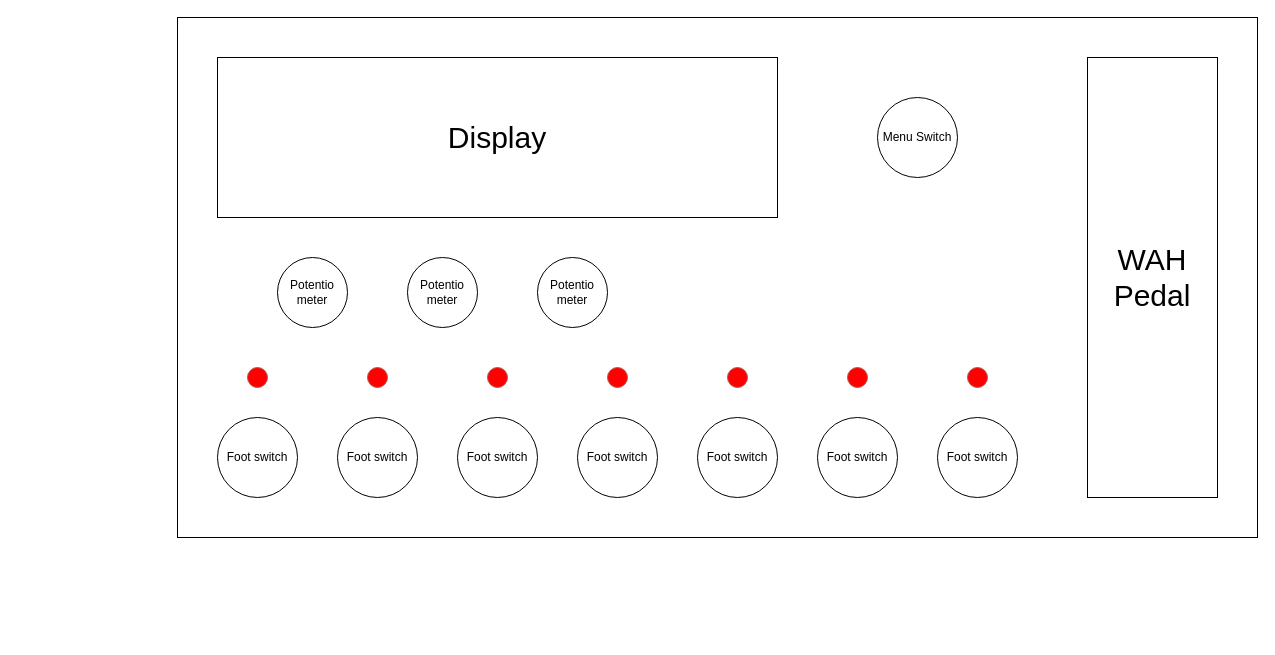
This is gitfigures/system_design/analog_frontend/pedalboard.drawio from Niclasapdk/esd6_project, a draw.io file, before an edit. Source tidied: cells renumbered, new cells numbered last; positions are measured from the earlier drawing's top-left corner, leaving out a move shared by most shapes. Both pictures are drawn from the tidied source at 100%, with x=0, y=0 at pixel (177, 17).
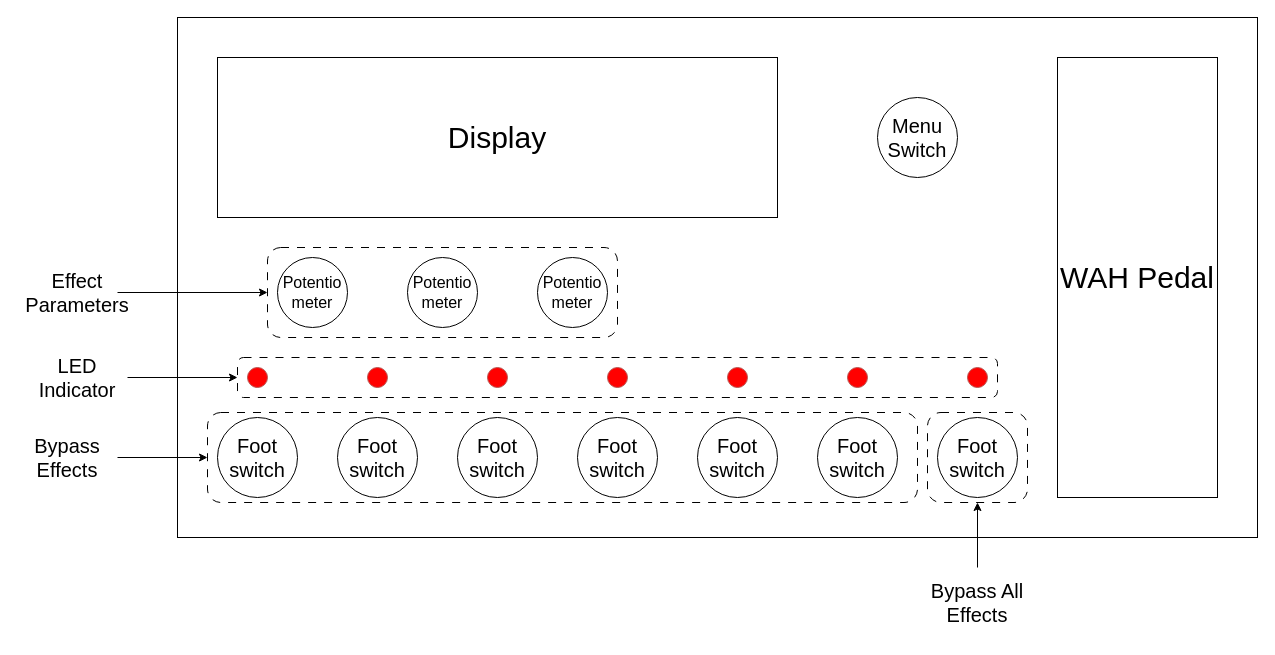
Above is the later version.

The edit, as a diff of the source:
```diff
@@
     <mxCell id="3" value="&lt;font style=&quot;font-size: 30px;&quot;&gt;WAH Pedal&lt;/font&gt;" style="rounded=0;whiteSpace=wrap;html=1;fillColor=none;" parent="1" vertex="1">
-      <mxGeometry x="910" y="40" width="130" height="440" as="geometry" />
+      <mxGeometry x="880" y="40" width="160" height="440" as="geometry" />
     </mxCell>
-    <mxCell id="4" value="Foot switch" style="ellipse;whiteSpace=wrap;html=1;fillColor=none;" parent="1" vertex="1">
+    <mxCell id="4" value="&lt;font style=&quot;font-size: 20px;&quot;&gt;Foot switch&lt;/font&gt;" style="ellipse;whiteSpace=wrap;html=1;fillColor=none;" parent="1" vertex="1">
       <mxGeometry x="40" y="400" width="80" height="80" as="geometry" />
     </mxCell>
-    <mxCell id="5" value="Foot switch" style="ellipse;whiteSpace=wrap;html=1;fillColor=none;" parent="1" vertex="1">
+    <mxCell id="5" value="&lt;font style=&quot;font-size: 20px;&quot;&gt;Foot switch&lt;/font&gt;" style="ellipse;whiteSpace=wrap;html=1;fillColor=none;" parent="1" vertex="1">
       <mxGeometry x="160" y="400" width="80" height="80" as="geometry" />
     </mxCell>
-    <mxCell id="6" value="Foot switch" style="ellipse;whiteSpace=wrap;html=1;fillColor=none;" parent="1" vertex="1">
+    <mxCell id="6" value="&lt;font style=&quot;font-size: 20px;&quot;&gt;Foot switch&lt;/font&gt;" style="ellipse;whiteSpace=wrap;html=1;fillColor=none;" parent="1" vertex="1">
       <mxGeometry x="280" y="400" width="80" height="80" as="geometry" />
     </mxCell>
-    <mxCell id="7" value="Foot switch" style="ellipse;whiteSpace=wrap;html=1;fillColor=none;" parent="1" vertex="1">
+    <mxCell id="7" value="&lt;font style=&quot;font-size: 20px;&quot;&gt;Foot switch&lt;/font&gt;" style="ellipse;whiteSpace=wrap;html=1;fillColor=none;" parent="1" vertex="1">
       <mxGeometry x="400" y="400" width="80" height="80" as="geometry" />
     </mxCell>
-    <mxCell id="8" value="Foot switch" style="ellipse;whiteSpace=wrap;html=1;fillColor=none;" parent="1" vertex="1">
+    <mxCell id="8" value="&lt;font style=&quot;font-size: 20px;&quot;&gt;Foot switch&lt;/font&gt;" style="ellipse;whiteSpace=wrap;html=1;fillColor=none;" parent="1" vertex="1">
       <mxGeometry x="520" y="400" width="80" height="80" as="geometry" />
     </mxCell>
-    <mxCell id="9" value="Foot switch" style="ellipse;whiteSpace=wrap;html=1;fillColor=none;" parent="1" vertex="1">
+    <mxCell id="9" value="&lt;font style=&quot;font-size: 20px;&quot;&gt;Foot switch&lt;/font&gt;" style="ellipse;whiteSpace=wrap;html=1;fillColor=none;" parent="1" vertex="1">
       <mxGeometry x="640" y="400" width="80" height="80" as="geometry" />
     </mxCell>
-    <mxCell id="10" value="Foot switch" style="ellipse;whiteSpace=wrap;html=1;fillColor=none;" parent="1" vertex="1">
+    <mxCell id="10" value="&lt;font style=&quot;font-size: 20px;&quot;&gt;Foot switch&lt;/font&gt;" style="ellipse;whiteSpace=wrap;html=1;fillColor=none;" parent="1" vertex="1">
       <mxGeometry x="760" y="400" width="80" height="80" as="geometry" />
     </mxCell>
@@
-    <mxCell id="18" value="Potentio meter" style="ellipse;whiteSpace=wrap;html=1;fillColor=none;" parent="1" vertex="1">
+    <mxCell id="18" value="&lt;font style=&quot;font-size: 16px;&quot;&gt;Potentio meter&lt;/font&gt;" style="ellipse;whiteSpace=wrap;html=1;fillColor=none;" parent="1" vertex="1">
       <mxGeometry x="100" y="240" width="70" height="70" as="geometry" />
     </mxCell>
@@
-    <mxCell id="20" value="Potentio meter" style="ellipse;whiteSpace=wrap;html=1;fillColor=none;" parent="1" vertex="1">
+    <mxCell id="20" value="&lt;font style=&quot;font-size: 16px;&quot;&gt;Potentio meter&lt;/font&gt;" style="ellipse;whiteSpace=wrap;html=1;fillColor=none;" parent="1" vertex="1">
       <mxGeometry x="230" y="240" width="70" height="70" as="geometry" />
     </mxCell>
-    <mxCell id="21" value="Potentio meter" style="ellipse;whiteSpace=wrap;html=1;fillColor=none;" parent="1" vertex="1">
+    <mxCell id="21" value="&lt;font style=&quot;font-size: 16px;&quot;&gt;Potentio meter&lt;/font&gt;" style="ellipse;whiteSpace=wrap;html=1;fillColor=none;" parent="1" vertex="1">
       <mxGeometry x="360" y="240" width="70" height="70" as="geometry" />
     </mxCell>
-    <mxCell id="22" value="Menu Switch" style="ellipse;whiteSpace=wrap;html=1;fillColor=none;" parent="1" vertex="1">
+    <mxCell id="22" value="&lt;font style=&quot;font-size: 20px;&quot;&gt;Menu Switch&lt;/font&gt;" style="ellipse;whiteSpace=wrap;html=1;fillColor=none;" parent="1" vertex="1">
       <mxGeometry x="700" y="80" width="80" height="80" as="geometry" />
     </mxCell>
+    <mxCell id="23" style="rounded=1;whiteSpace=wrap;html=1;fillColor=none;dashed=1;dashPattern=8 8;" parent="1" vertex="1">
+      <mxGeometry x="90" y="230" width="350" height="90" as="geometry" />
+    </mxCell>
+    <mxCell id="24" value="&lt;font style=&quot;font-size: 20px;&quot;&gt;Effect Parameters&lt;/font&gt;" style="text;html=1;align=center;verticalAlign=middle;whiteSpace=wrap;rounded=0;" parent="1" vertex="1">
+      <mxGeometry x="-140" y="247.5" width="80" height="55" as="geometry" />
+    </mxCell>
+    <mxCell id="25" style="rounded=1;whiteSpace=wrap;html=1;fillColor=none;dashed=1;dashPattern=8 8;" parent="1" vertex="1">
+      <mxGeometry x="30" y="395" width="710" height="90" as="geometry" />
+    </mxCell>
+    <mxCell id="26" style="endArrow=classic;html=1;rounded=0;entryX=0;entryY=0.5;entryDx=0;entryDy=0;exitX=1;exitY=0.5;exitDx=0;exitDy=0;" parent="1" edge="1" source="24" target="23">
+      <mxGeometry relative="1" as="geometry" />
+    </mxCell>
+    <mxCell id="27" style="edgeStyle=orthogonalEdgeStyle;rounded=0;jettySize=auto;html=1;entryX=0;entryY=0.5;entryDx=0;entryDy=0;" parent="1" edge="1" source="28" target="25">
+      <mxGeometry relative="1" as="geometry" />
+    </mxCell>
+    <mxCell id="28" value="&lt;font style=&quot;font-size: 20px;&quot;&gt;Bypass Effects&lt;/font&gt;" style="text;html=1;align=center;verticalAlign=middle;whiteSpace=wrap;rounded=0;" parent="1" vertex="1">
+      <mxGeometry x="-160" y="407.5" width="100" height="65" as="geometry" />
+    </mxCell>
+    <mxCell id="29" style="rounded=1;whiteSpace=wrap;html=1;fillColor=none;dashed=1;dashPattern=8 8;" parent="1" vertex="1">
+      <mxGeometry x="60" y="340" width="760" height="40" as="geometry" />
+    </mxCell>
+    <mxCell id="30" style="edgeStyle=orthogonalEdgeStyle;rounded=0;jettySize=auto;html=1;entryX=0;entryY=0.5;entryDx=0;entryDy=0;" parent="1" edge="1" source="31" target="29">
+      <mxGeometry relative="1" as="geometry" />
+    </mxCell>
+    <mxCell id="31" value="&lt;font style=&quot;font-size: 20px;&quot;&gt;LED Indicator&lt;/font&gt;" style="text;html=1;align=center;verticalAlign=middle;whiteSpace=wrap;rounded=0;" parent="1" vertex="1">
+      <mxGeometry x="-150" y="332.5" width="100" height="55" as="geometry" />
+    </mxCell>
+    <mxCell id="32" style="rounded=1;whiteSpace=wrap;html=1;fillColor=none;dashed=1;dashPattern=8 8;" parent="1" vertex="1">
+      <mxGeometry x="750" y="395" width="100" height="90" as="geometry" />
+    </mxCell>
+    <mxCell id="33" style="edgeStyle=orthogonalEdgeStyle;rounded=0;jettySize=auto;html=1;entryX=0.5;entryY=1;entryDx=0;entryDy=0;" parent="1" edge="1" source="34" target="32">
+      <mxGeometry relative="1" as="geometry" />
+    </mxCell>
+    <mxCell id="34" value="&lt;font style=&quot;font-size: 20px;&quot;&gt;Bypass All Effects&lt;/font&gt;" style="text;html=1;align=center;verticalAlign=middle;whiteSpace=wrap;rounded=0;" parent="1" vertex="1">
+      <mxGeometry x="745" y="550" width="110" height="70" as="geometry" />
+    </mxCell>
```
